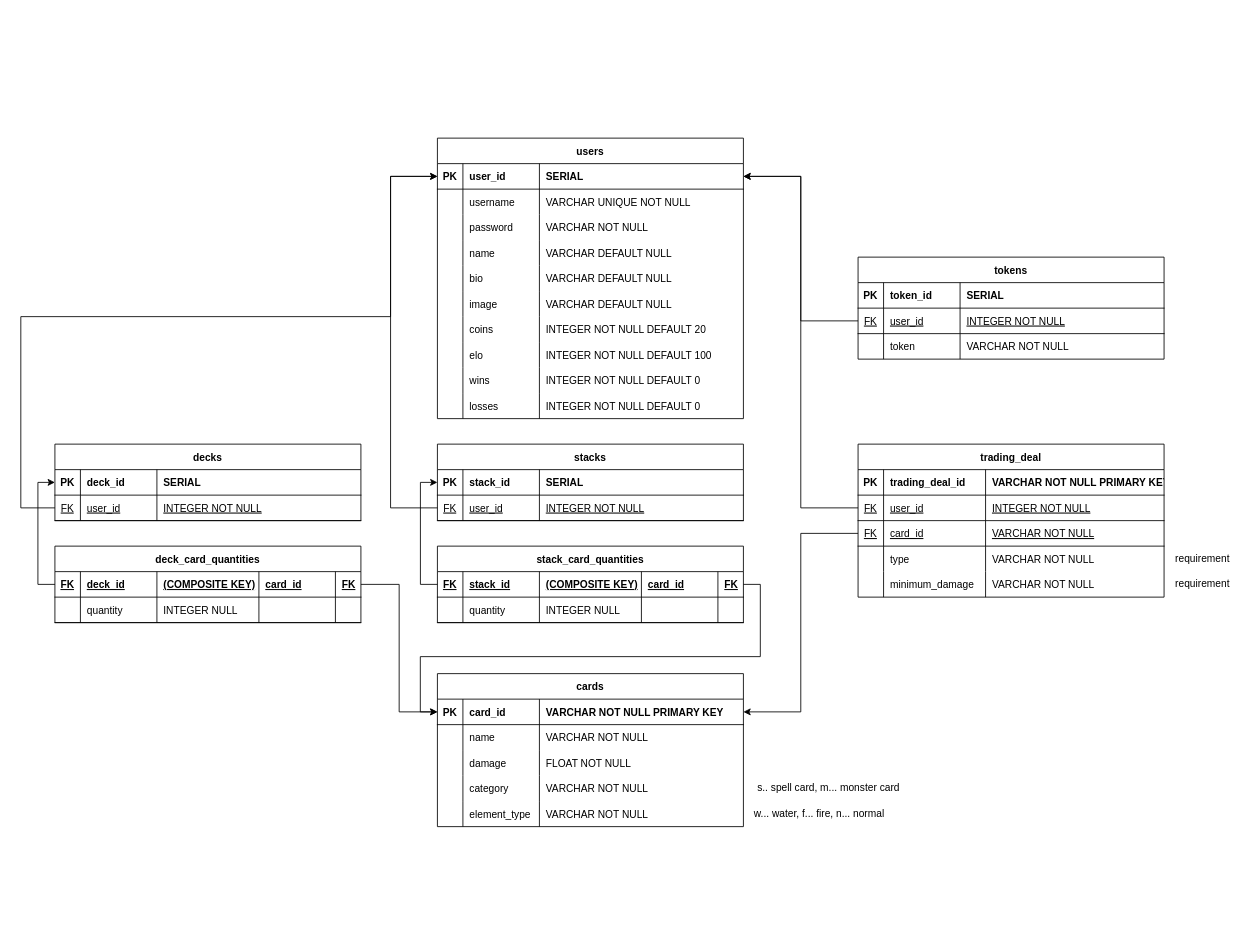
This is database/EntityRelationshipDiagram.drawio from FelixSchuster/MonsterTradingCardGame, a draw.io file, before an edit. Source tidied: cells renumbered, new cells numbered last; positions are measured from the earlier drawing's top-left corner, leaving out a move shared by most shapes. Both pictures are drawn from the tidied source at 85%, with x=0, y=0 at pixel (20, 138).
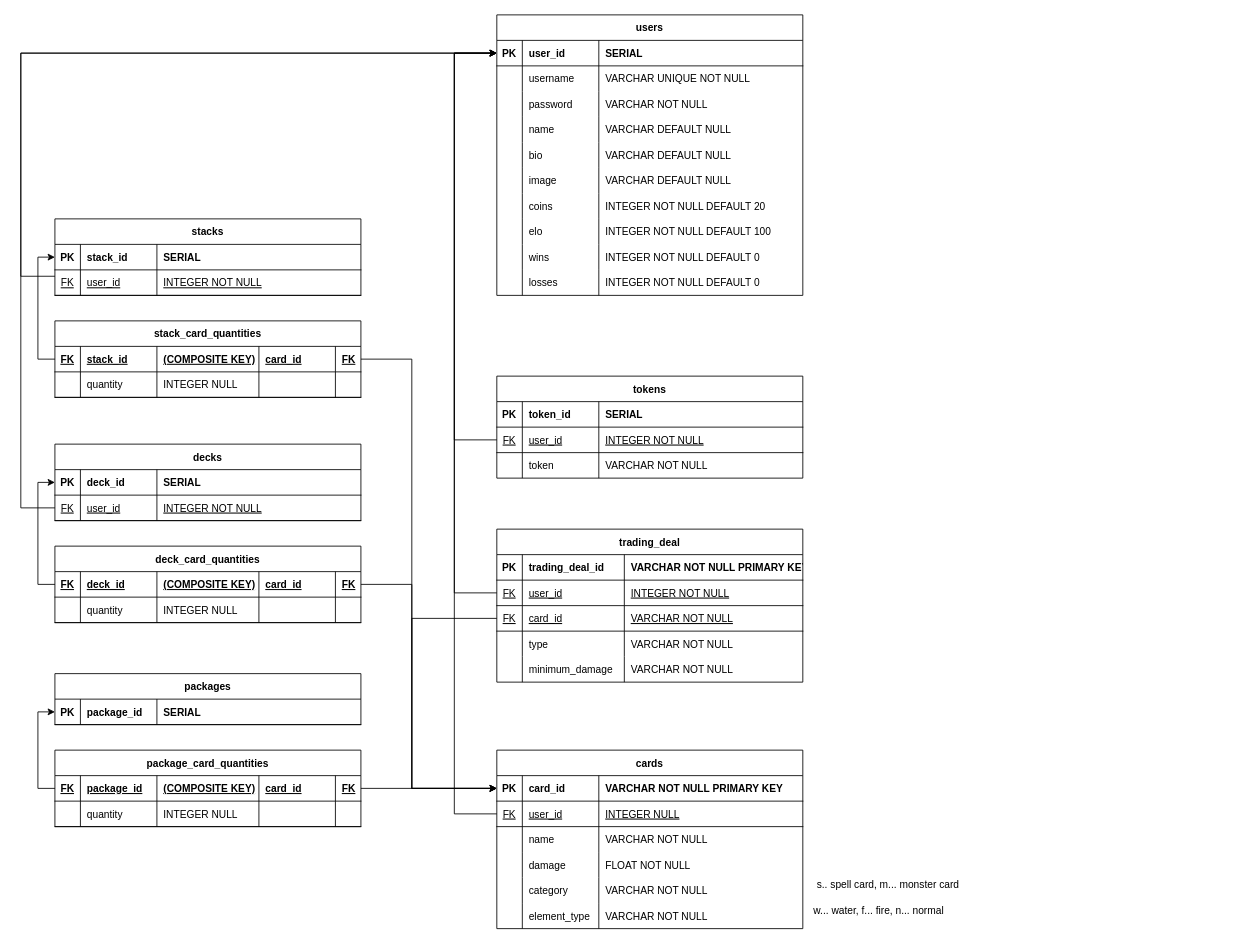
Above is the later version.

Unchanged cells that the change refers to:
```xml
<mxCell id="3" style="shape=partialRectangle;fillColor=none;points=[[0,0.5],[1,0.5]];portConstraint=eastwest;top=0;left=0;right=0;bottom=1;" parent="2" vertex="1">
  <mxGeometry y="30" width="360" height="30" as="geometry" />
</mxCell>
<mxCell id="44" style="shape=partialRectangle;fillColor=none;points=[[0,0.5],[1,0.5]];portConstraint=eastwest;top=0;left=0;right=0;bottom=1;" parent="43" vertex="1">
  <mxGeometry y="30" width="360" height="30" as="geometry" />
</mxCell>
<mxCell id="69" style="shape=partialRectangle;fillColor=none;points=[[0,0.5],[1,0.5]];portConstraint=eastwest;top=0;left=0;right=0;bottom=1;" parent="64" vertex="1">
  <mxGeometry y="60" width="360" height="30" as="geometry" />
</mxCell>
<mxCell id="74" style="shape=partialRectangle;fillColor=none;points=[[0,0.5],[1,0.5]];portConstraint=eastwest;top=0;left=0;right=0;bottom=1;" parent="73" vertex="1">
  <mxGeometry y="30" width="360" height="30" as="geometry" />
</mxCell>
<mxCell id="93" style="shape=partialRectangle;fillColor=none;points=[[0,0.5],[1,0.5]];portConstraint=eastwest;top=0;left=0;right=0;bottom=1;" parent="88" vertex="1">
  <mxGeometry y="60" width="360" height="30" as="geometry" />
</mxCell>
<mxCell id="106" style="shape=partialRectangle;fillColor=none;points=[[0,0.5],[1,0.5]];portConstraint=eastwest;top=0;left=0;right=0;bottom=1;" parent="101" vertex="1">
  <mxGeometry y="60" width="360" height="30" as="geometry" />
</mxCell>
<mxCell id="110" value="deck_card_quantities" style="shape=table;startSize=30;childLayout=tableLayout;rowLines=0;fontStyle=1;align=center;" parent="1" vertex="1">
  <mxGeometry x="40.1" y="480" width="360" height="90" as="geometry" />
</mxCell>
<mxCell id="111" style="shape=partialRectangle;fillColor=none;points=[[0,0.5],[1,0.5]];portConstraint=eastwest;top=0;left=0;right=0;bottom=1;" parent="110" vertex="1">
  <mxGeometry y="30" width="360" height="30" as="geometry" />
</mxCell>
<mxCell id="135" style="shape=partialRectangle;fillColor=none;points=[[0,0.5],[1,0.5]];portConstraint=eastwest;top=0;left=0;right=0;bottom=1;" parent="130" vertex="1">
  <mxGeometry y="60" width="360" height="30" as="geometry" />
</mxCell>
<mxCell id="139" style="shape=partialRectangle;fillColor=none;points=[[0,0.5],[1,0.5]];portConstraint=eastwest;top=0;left=0;right=0;bottom=1;" parent="130" vertex="1">
  <mxGeometry y="90" width="360" height="30" as="geometry" />
</mxCell>
```

Diff of the diagram source:
```diff
@@
     <mxCell id="2" value="users" style="shape=table;startSize=30;childLayout=tableLayout;rowLines=0;fontStyle=1;align=center;" parent="1" vertex="1">
-      <mxGeometry x="490.1" width="360" height="330" as="geometry" />
+      <mxGeometry x="560" y="-145" width="360" height="330" as="geometry" />
     </mxCell>
@@
     <mxCell id="43" value="cards" style="shape=table;startSize=30;childLayout=tableLayout;rowLines=0;fontStyle=1;align=center;" parent="1" vertex="1">
-      <mxGeometry x="490.1" y="630" width="360" height="180" as="geometry" />
+      <mxGeometry x="560" y="720" width="360" height="210" as="geometry" />
     </mxCell>
@@
+    <mxCell id="155" style="shape=partialRectangle;fillColor=none;points=[[0,0.5],[1,0.5]];portConstraint=eastwest;top=0;left=0;right=0;bottom=1;" parent="43" vertex="1">
+      <mxGeometry y="60" width="360" height="30" as="geometry" />
+    </mxCell>
+    <mxCell id="156" value="FK" style="shape=partialRectangle;overflow=hidden;fillColor=none;top=0;left=0;bottom=0;right=0;fontStyle=4;" parent="155" vertex="1">
+      <mxGeometry width="30" height="30" as="geometry" />
+    </mxCell>
+    <mxCell id="157" value="user_id" style="shape=partialRectangle;overflow=hidden;fillColor=none;top=0;left=0;bottom=0;right=0;align=left;spacingLeft=6;fontStyle=4;" parent="155" vertex="1">
+      <mxGeometry x="30" width="90" height="30" as="geometry" />
+    </mxCell>
+    <mxCell id="158" value="INTEGER NULL" style="shape=partialRectangle;overflow=hidden;fillColor=none;top=0;left=0;bottom=0;right=0;align=left;spacingLeft=6;fontStyle=4;" parent="155" vertex="1">
+      <mxGeometry x="120" width="240" height="30" as="geometry" />
+    </mxCell>
     <mxCell id="48" style="shape=partialRectangle;fillColor=none;top=0;left=0;right=0;bottom=0;" parent="43" vertex="1">
-      <mxGeometry y="60" width="360" height="30" as="geometry" />
+      <mxGeometry y="90" width="360" height="30" as="geometry" />
     </mxCell>
@@
     <mxCell id="52" style="shape=partialRectangle;fillColor=none;top=0;left=0;right=0;bottom=0;" parent="43" vertex="1">
-      <mxGeometry y="90" width="360" height="30" as="geometry" />
+      <mxGeometry y="120" width="360" height="30" as="geometry" />
     </mxCell>
@@
     <mxCell id="56" style="shape=partialRectangle;fillColor=none;top=0;left=0;right=0;bottom=0;" parent="43" vertex="1">
-      <mxGeometry y="120" width="360" height="30" as="geometry" />
+      <mxGeometry y="150" width="360" height="30" as="geometry" />
     </mxCell>
@@
     <mxCell id="60" style="shape=partialRectangle;fillColor=none;top=0;left=0;right=0;bottom=0;" parent="43" vertex="1">
-      <mxGeometry y="150" width="360" height="30" as="geometry" />
+      <mxGeometry y="180" width="360" height="30" as="geometry" />
     </mxCell>
@@
+    <mxCell id="159" style="edgeStyle=orthogonalEdgeStyle;rounded=0;jettySize=auto;html=1;exitX=0;exitY=0.75;exitDx=0;exitDy=0;entryX=0;entryY=0.5;entryDx=0;entryDy=0;" parent="1" edge="1" source="64" target="3">
+      <mxGeometry relative="1" as="geometry">
+        <Array as="points">
+          <mxPoint y="163" />
+          <mxPoint y="-100" />
+        </Array>
+      </mxGeometry>
+    </mxCell>
     <mxCell id="64" value="stacks" style="shape=table;startSize=30;childLayout=tableLayout;rowLines=0;fontStyle=1;align=center;" parent="1" vertex="1">
-      <mxGeometry x="490.1" y="360" width="360" height="90" as="geometry" />
+      <mxGeometry x="40.1" y="95" width="360" height="90" as="geometry" />
     </mxCell>
@@
     <mxCell id="73" value="stack_card_quantities" style="shape=table;startSize=30;childLayout=tableLayout;rowLines=0;fontStyle=1;align=center;" parent="1" vertex="1">
-      <mxGeometry x="490.1" y="480" width="360" height="90" as="geometry" />
+      <mxGeometry x="40.1" y="215" width="360" height="90" as="geometry" />
     </mxCell>
@@
     <mxCell id="86" value="s.. spell card, m... monster card" style="text;html=1;align=center;verticalAlign=middle;strokeColor=none;fillColor=none;" parent="1" vertex="1">
-      <mxGeometry x="850.1" y="750" width="200" height="30" as="geometry" />
+      <mxGeometry x="920" y="864" width="200" height="30" as="geometry" />
     </mxCell>
     <mxCell id="87" value="w... water, f... fire, n... normal" style="text;html=1;align=center;verticalAlign=middle;strokeColor=none;fillColor=none;" parent="1" vertex="1">
-      <mxGeometry x="854.1" y="780" width="170" height="30" as="geometry" />
+      <mxGeometry x="924" y="894" width="170" height="30" as="geometry" />
     </mxCell>
     <mxCell id="88" value="tokens" style="shape=table;startSize=30;childLayout=tableLayout;rowLines=0;fontStyle=1;align=center;" parent="1" vertex="1">
-      <mxGeometry x="985" y="140" width="360" height="120" as="geometry" />
+      <mxGeometry x="560" y="280" width="360" height="120" as="geometry" />
     </mxCell>
@@
-    <mxCell id="123" style="edgeStyle=orthogonalEdgeStyle;rounded=0;jettySize=auto;html=1;exitX=0;exitY=0.5;exitDx=0;exitDy=0;entryX=1;entryY=0.5;entryDx=0;entryDy=0;endArrow=none;endFill=0;startArrow=classic;startFill=1;" parent="1" edge="1" source="44" target="110">
-      <mxGeometry relative="1" as="geometry" />
-    </mxCell>
-    <mxCell id="124" style="edgeStyle=orthogonalEdgeStyle;rounded=0;jettySize=auto;html=1;exitX=0;exitY=0.5;exitDx=0;exitDy=0;entryX=1;entryY=0.5;entryDx=0;entryDy=0;endArrow=none;endFill=0;startArrow=classic;startFill=1;" parent="1" edge="1" source="44" target="73">
-      <mxGeometry relative="1" as="geometry">
-        <Array as="points">
-          <mxPoint x="470" y="675" />
-          <mxPoint x="470" y="610" />
-          <mxPoint x="870" y="610" />
-          <mxPoint x="870" y="525" />
-        </Array>
-      </mxGeometry>
-    </mxCell>
@@
-    <mxCell id="127" style="edgeStyle=orthogonalEdgeStyle;rounded=0;jettySize=auto;html=1;exitX=0;exitY=0.5;exitDx=0;exitDy=0;entryX=0;entryY=0.5;entryDx=0;entryDy=0;" parent="1" edge="1" source="69" target="3">
-      <mxGeometry relative="1" as="geometry">
-        <Array as="points">
-          <mxPoint x="435" y="435" />
-          <mxPoint x="435" y="45" />
-        </Array>
-      </mxGeometry>
-    </mxCell>
     <mxCell id="128" style="edgeStyle=orthogonalEdgeStyle;rounded=0;jettySize=auto;html=1;exitX=0;exitY=0.5;exitDx=0;exitDy=0;entryX=0;entryY=0.5;entryDx=0;entryDy=0;" parent="1" edge="1" source="106" target="3">
       <mxGeometry relative="1" as="geometry">
         <Array as="points">
           <mxPoint y="435" />
-          <mxPoint y="210" />
-          <mxPoint x="435" y="210" />
-          <mxPoint x="435" y="45" />
+          <mxPoint y="-100" />
         </Array>
       </mxGeometry>
     </mxCell>
-    <mxCell id="129" style="edgeStyle=orthogonalEdgeStyle;rounded=0;jettySize=auto;html=1;exitX=0;exitY=0.5;exitDx=0;exitDy=0;entryX=1;entryY=0.5;entryDx=0;entryDy=0;" parent="1" edge="1" source="93" target="3">
-      <mxGeometry relative="1" as="geometry" />
-    </mxCell>
     <mxCell id="130" value="trading_deal" style="shape=table;startSize=30;childLayout=tableLayout;rowLines=0;fontStyle=1;align=center;" parent="1" vertex="1">
-      <mxGeometry x="985" y="360" width="360" height="180" as="geometry" />
+      <mxGeometry x="560" y="460" width="360" height="180" as="geometry" />
     </mxCell>
@@
+    <mxCell id="160" value="packages" style="shape=table;startSize=30;childLayout=tableLayout;rowLines=0;fontStyle=1;align=center;" parent="1" vertex="1">
+      <mxGeometry x="40.1" y="630" width="360" height="60" as="geometry" />
+    </mxCell>
+    <mxCell id="161" style="shape=partialRectangle;fillColor=none;points=[[0,0.5],[1,0.5]];portConstraint=eastwest;top=0;left=0;right=0;bottom=1;" parent="160" vertex="1">
+      <mxGeometry y="30" width="360" height="30" as="geometry" />
+    </mxCell>
+    <mxCell id="162" value="PK" style="shape=partialRectangle;overflow=hidden;fillColor=none;top=0;left=0;bottom=0;right=0;fontStyle=1;" parent="161" vertex="1">
+      <mxGeometry width="30" height="30" as="geometry" />
+    </mxCell>
+    <mxCell id="163" value="package_id" style="shape=partialRectangle;overflow=hidden;fillColor=none;top=0;left=0;bottom=0;right=0;align=left;spacingLeft=6;fontStyle=1;" parent="161" vertex="1">
+      <mxGeometry x="30" width="90" height="30" as="geometry" />
+    </mxCell>
+    <mxCell id="164" value="SERIAL" style="shape=partialRectangle;overflow=hidden;fillColor=none;top=0;left=0;bottom=0;right=0;align=left;spacingLeft=6;fontStyle=1;" parent="161" vertex="1">
+      <mxGeometry x="120" width="240" height="30" as="geometry" />
+    </mxCell>
+    <mxCell id="165" style="edgeStyle=orthogonalEdgeStyle;rounded=0;jettySize=auto;html=1;exitX=0;exitY=0.5;exitDx=0;exitDy=0;entryX=0;entryY=0.5;entryDx=0;entryDy=0;" parent="1" edge="1" source="166" target="161">
+      <mxGeometry relative="1" as="geometry" />
+    </mxCell>
+    <mxCell id="166" value="package_card_quantities" style="shape=table;startSize=30;childLayout=tableLayout;rowLines=0;fontStyle=1;align=center;" parent="1" vertex="1">
+      <mxGeometry x="40.1" y="720" width="360" height="90" as="geometry" />
+    </mxCell>
+    <mxCell id="167" style="shape=partialRectangle;fillColor=none;points=[[0,0.5],[1,0.5]];portConstraint=eastwest;top=0;left=0;right=0;bottom=1;" parent="166" vertex="1">
+      <mxGeometry y="30" width="360" height="30" as="geometry" />
+    </mxCell>
+    <mxCell id="168" value="FK" style="shape=partialRectangle;overflow=hidden;fillColor=none;top=0;left=0;bottom=0;right=0;fontStyle=5;" parent="167" vertex="1">
+      <mxGeometry width="30" height="30" as="geometry" />
+    </mxCell>
+    <mxCell id="169" value="package_id" style="shape=partialRectangle;overflow=hidden;fillColor=none;top=0;left=0;bottom=0;right=0;align=left;spacingLeft=6;fontStyle=5;" parent="167" vertex="1">
+      <mxGeometry x="30" width="90" height="30" as="geometry" />
+    </mxCell>
+    <mxCell id="170" value="(COMPOSITE KEY)" style="shape=partialRectangle;overflow=hidden;fillColor=none;top=0;left=0;bottom=0;right=0;align=left;spacingLeft=6;fontStyle=5;" parent="167" vertex="1">
+      <mxGeometry x="120" width="120" height="30" as="geometry" />
+    </mxCell>
+    <mxCell id="171" value="card_id" style="shape=partialRectangle;overflow=hidden;fillColor=none;top=0;left=0;bottom=0;right=0;align=left;spacingLeft=6;fontStyle=5;" parent="167" vertex="1">
+      <mxGeometry x="240" width="90" height="30" as="geometry" />
+    </mxCell>
+    <mxCell id="172" value="FK" style="shape=partialRectangle;overflow=hidden;fillColor=none;top=0;left=0;bottom=0;right=0;align=left;spacingLeft=6;fontStyle=5;" parent="167" vertex="1">
+      <mxGeometry x="330" width="30" height="30" as="geometry" />
+    </mxCell>
+    <mxCell id="173" style="shape=partialRectangle;fillColor=none;top=0;left=0;right=0;bottom=1;" parent="166" vertex="1">
+      <mxGeometry y="60" width="360" height="30" as="geometry" />
+    </mxCell>
+    <mxCell id="174" style="shape=partialRectangle;overflow=hidden;fillColor=none;top=0;left=0;bottom=0;right=0;fontStyle=0;" parent="173" vertex="1">
+      <mxGeometry width="30" height="30" as="geometry" />
+    </mxCell>
+    <mxCell id="175" value="quantity    " style="shape=partialRectangle;overflow=hidden;fillColor=none;top=0;left=0;bottom=0;right=0;align=left;spacingLeft=6;fontStyle=0;" parent="173" vertex="1">
+      <mxGeometry x="30" width="90" height="30" as="geometry" />
+    </mxCell>
+    <mxCell id="176" value="INTEGER NULL" style="shape=partialRectangle;overflow=hidden;fillColor=none;top=0;left=0;bottom=0;right=0;align=left;spacingLeft=6;fontStyle=0;" parent="173" vertex="1">
+      <mxGeometry x="120" width="120" height="30" as="geometry" />
+    </mxCell>
+    <mxCell id="177" style="shape=partialRectangle;overflow=hidden;fillColor=none;top=0;left=0;bottom=0;right=0;align=left;spacingLeft=6;fontStyle=0;" parent="173" vertex="1">
+      <mxGeometry x="240" width="90" height="30" as="geometry" />
+    </mxCell>
+    <mxCell id="178" style="shape=partialRectangle;overflow=hidden;fillColor=none;top=0;left=0;bottom=0;right=0;align=left;spacingLeft=6;fontStyle=0;" parent="173" vertex="1">
+      <mxGeometry x="330" width="30" height="30" as="geometry" />
+    </mxCell>
+    <mxCell id="179" style="edgeStyle=orthogonalEdgeStyle;rounded=0;jettySize=auto;html=1;exitX=1;exitY=0.5;exitDx=0;exitDy=0;entryX=0;entryY=0.5;entryDx=0;entryDy=0;" parent="1" edge="1" source="167" target="44">
+      <mxGeometry relative="1" as="geometry" />
+    </mxCell>
+    <mxCell id="180" style="edgeStyle=orthogonalEdgeStyle;rounded=0;jettySize=auto;html=1;exitX=1;exitY=0.5;exitDx=0;exitDy=0;entryX=0;entryY=0.5;entryDx=0;entryDy=0;" parent="1" edge="1" source="111" target="44">
+      <mxGeometry relative="1" as="geometry">
+        <Array as="points">
+          <mxPoint x="460" y="525" />
+          <mxPoint x="460" y="765" />
+        </Array>
+      </mxGeometry>
+    </mxCell>
+    <mxCell id="181" style="edgeStyle=orthogonalEdgeStyle;rounded=0;jettySize=auto;html=1;exitX=1;exitY=0.5;exitDx=0;exitDy=0;" parent="1" edge="1" source="74" target="44">
+      <mxGeometry relative="1" as="geometry">
+        <Array as="points">
+          <mxPoint x="460" y="260" />
+          <mxPoint x="460" y="765" />
+        </Array>
+      </mxGeometry>
+    </mxCell>
+    <mxCell id="129" style="edgeStyle=orthogonalEdgeStyle;rounded=0;jettySize=auto;html=1;exitX=0;exitY=0.5;exitDx=0;exitDy=0;entryX=0;entryY=0.5;entryDx=0;entryDy=0;" parent="1" edge="1" source="93" target="3">
+      <mxGeometry relative="1" as="geometry">
+        <Array as="points">
+          <mxPoint x="510" y="355" />
+          <mxPoint x="510" y="-100" />
+        </Array>
+      </mxGeometry>
+    </mxCell>
+    <mxCell id="182" style="edgeStyle=orthogonalEdgeStyle;rounded=0;jettySize=auto;html=1;exitX=0;exitY=0.5;exitDx=0;exitDy=0;entryX=0;entryY=0.5;entryDx=0;entryDy=0;" parent="1" edge="1" source="155" target="3">
+      <mxGeometry relative="1" as="geometry">
+        <Array as="points">
+          <mxPoint x="510" y="795" />
+          <mxPoint x="510" y="-100" />
+        </Array>
+      </mxGeometry>
+    </mxCell>
-    <mxCell id="151" style="edgeStyle=orthogonalEdgeStyle;rounded=0;jettySize=auto;html=1;exitX=0;exitY=0.5;exitDx=0;exitDy=0;entryX=1;entryY=0.5;entryDx=0;entryDy=0;" parent="1" edge="1" source="135" target="3">
-      <mxGeometry relative="1" as="geometry" />
+    <mxCell id="151" style="edgeStyle=orthogonalEdgeStyle;rounded=0;jettySize=auto;html=1;exitX=0;exitY=0.5;exitDx=0;exitDy=0;entryX=0;entryY=0.5;entryDx=0;entryDy=0;" parent="1" edge="1" source="135" target="3">
+      <mxGeometry relative="1" as="geometry">
+        <Array as="points">
+          <mxPoint x="510" y="535" />
+          <mxPoint x="510" y="-100" />
+        </Array>
+      </mxGeometry>
     </mxCell>
-    <mxCell id="152" style="edgeStyle=orthogonalEdgeStyle;rounded=0;jettySize=auto;html=1;exitX=0;exitY=0.5;exitDx=0;exitDy=0;entryX=1;entryY=0.5;entryDx=0;entryDy=0;" parent="1" edge="1" source="139" target="44">
-      <mxGeometry relative="1" as="geometry" />
+    <mxCell id="152" style="edgeStyle=orthogonalEdgeStyle;rounded=0;jettySize=auto;html=1;exitX=0;exitY=0.5;exitDx=0;exitDy=0;entryX=0;entryY=0.5;entryDx=0;entryDy=0;" parent="1" edge="1" source="139" target="44">
+      <mxGeometry relative="1" as="geometry">
+        <Array as="points">
+          <mxPoint x="460" y="565" />
+          <mxPoint x="460" y="765" />
+        </Array>
+      </mxGeometry>
     </mxCell>
-    <mxCell id="153" value="requirement" style="text;html=1;align=center;verticalAlign=middle;strokeColor=none;fillColor=none;" parent="1" vertex="1">
-      <mxGeometry x="1345" y="480" width="90" height="30" as="geometry" />
-    </mxCell>
-    <mxCell id="154" value="requirement" style="text;html=1;align=center;verticalAlign=middle;strokeColor=none;fillColor=none;" parent="1" vertex="1">
-      <mxGeometry x="1345" y="510" width="90" height="30" as="geometry" />
-    </mxCell>
```
